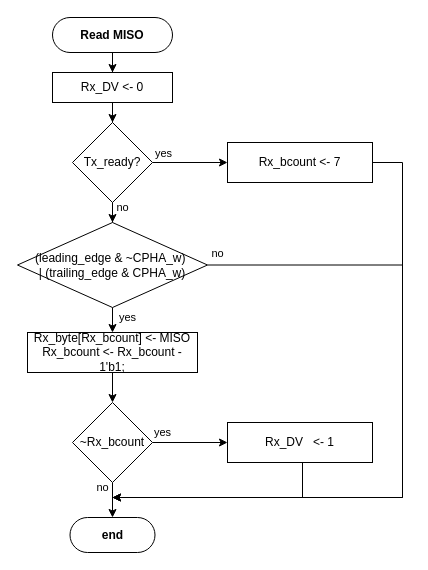
Earlier version of the draw.io diagram page "read_miso" (2 of 4) of 01_doc/03_drawings/01_design/spi_master.drawio (Diogofernandes5/mthesis). Source tidied: cells renumbered, new cells numbered last; positions are measured from the earlier drawing's top-left corner, leaving out a move shared by most shapes. Both pictures are drawn from the tidied source at 100%, with x=0, y=0 at pixel (17, 17).
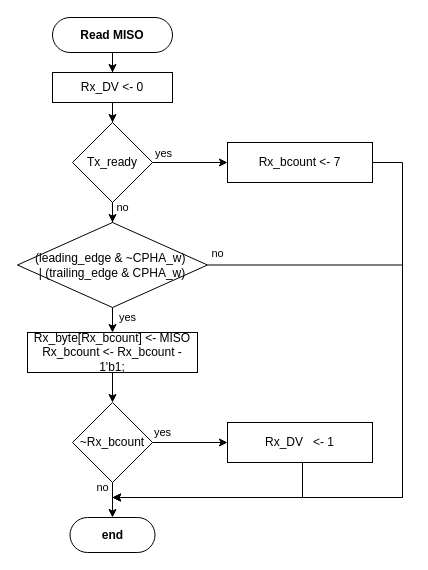
The same page after the edit.

The edit, as a diff of the source:
```diff
@@
-    <mxCell id="8" value="Tx_ready?" style="rhombus;whiteSpace=wrap;html=1;fontFamily=NewsGotT;" parent="1" vertex="1">
+    <mxCell id="8" value="Tx_ready" style="rhombus;whiteSpace=wrap;html=1;fontFamily=NewsGotT;" parent="1" vertex="1">
       <mxGeometry x="55" y="105" width="80" height="80" as="geometry" />
     </mxCell>
```
